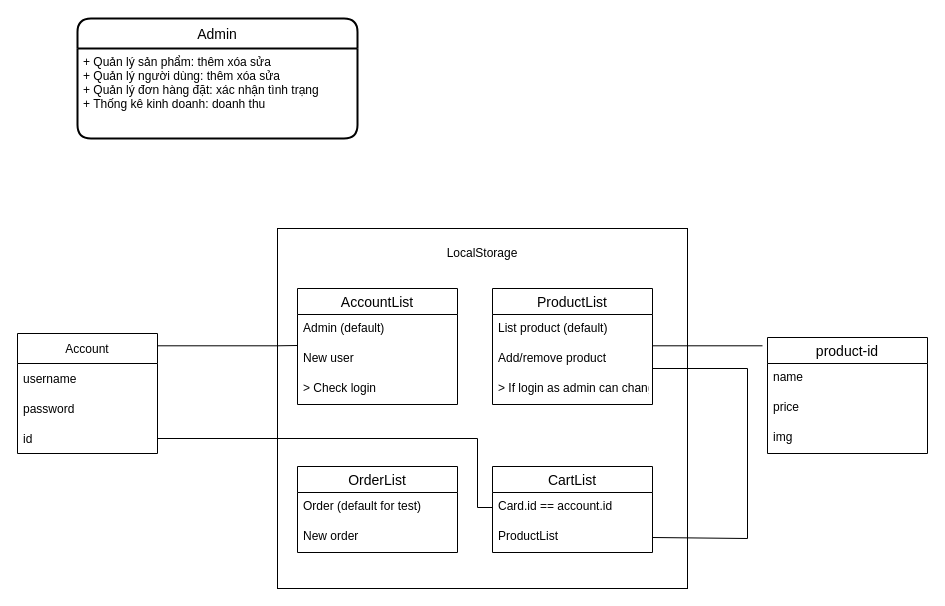
The draw.io diagram Untitled Diagram.drawio in huykhaduy/huykhaduy, before the edit. Source tidied: cells renumbered, new cells numbered last; positions are measured from the earlier drawing's top-left corner, leaving out a move shared by most shapes. Both pictures are drawn from the tidied source at 100%, with x=0, y=0 at pixel (17, 18).
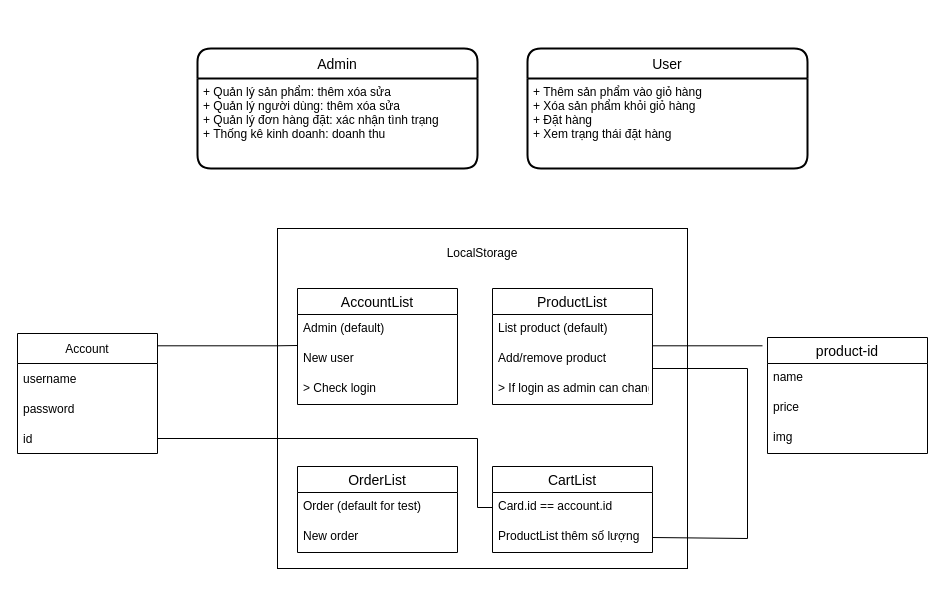
The same diagram, later.

Unchanged cells that the change refers to:
```xml
<mxCell id="24" value="CartList" style="swimlane;fontStyle=0;horizontal=1;startSize=26;align=center;fontSize=14;" parent="1" vertex="1">
  <mxGeometry x="475" y="448" width="160" height="86" as="geometry" />
</mxCell>
```

Change to the diagram source:
```diff
@@
     <mxCell id="2" style="rounded=0;whiteSpace=wrap;html=1;" parent="1" vertex="1">
-      <mxGeometry x="260" y="210" width="410" height="360" as="geometry" />
+      <mxGeometry x="260" y="210" width="410" height="340" as="geometry" />
     </mxCell>
@@
     <mxCell id="22" value="Admin" style="swimlane;horizontal=1;startSize=30;rounded=1;fontSize=14;fontStyle=0;strokeWidth=2;shadow=0;dashed=0;align=center;" parent="1" vertex="1">
-      <mxGeometry x="60" width="280" height="120" as="geometry" />
+      <mxGeometry x="180" y="30" width="280" height="120" as="geometry" />
     </mxCell>
@@
-    <mxCell id="26" value="ProductList" style="text;strokeColor=none;fillColor=none;spacingLeft=4;spacingRight=4;overflow=hidden;points=[[0,0.5],[1,0.5]];portConstraint=eastwest;fontSize=12;" parent="24" vertex="1">
+    <mxCell id="26" value="ProductList thêm số lượng" style="text;strokeColor=none;fillColor=none;spacingLeft=4;spacingRight=4;overflow=hidden;points=[[0,0.5],[1,0.5]];portConstraint=eastwest;fontSize=12;" parent="24" vertex="1">
       <mxGeometry y="56" width="160" height="30" as="geometry" />
     </mxCell>
@@
+    <mxCell id="32" value="User" style="swimlane;horizontal=1;startSize=30;rounded=1;fontSize=14;fontStyle=0;strokeWidth=2;shadow=0;dashed=0;align=center;" parent="1" vertex="1">
+      <mxGeometry x="510" y="30" width="280" height="120" as="geometry" />
+    </mxCell>
+    <mxCell id="33" value="+ Thêm sản phẩm vào giỏ hàng&#10;+ Xóa sản phẩm khỏi giỏ hàng&#10;+ Đặt hàng&#10;+ Xem trạng thái đặt hàng&#10;" style="align=left;strokeColor=none;fillColor=none;spacingLeft=4;fontSize=12;verticalAlign=top;" parent="32" vertex="1">
+      <mxGeometry y="30" width="280" height="90" as="geometry" />
+    </mxCell>
```
